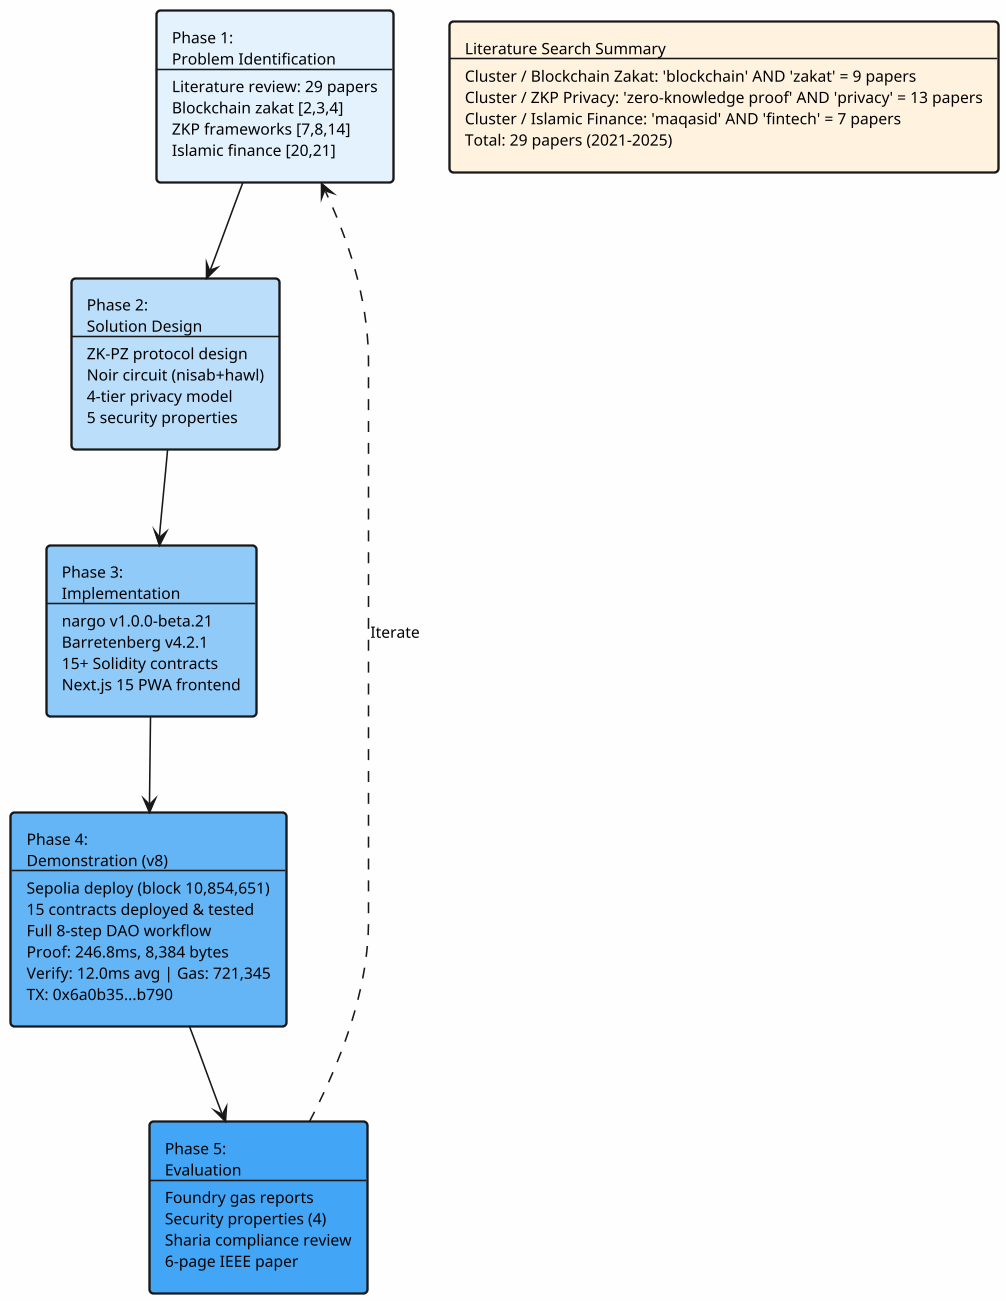
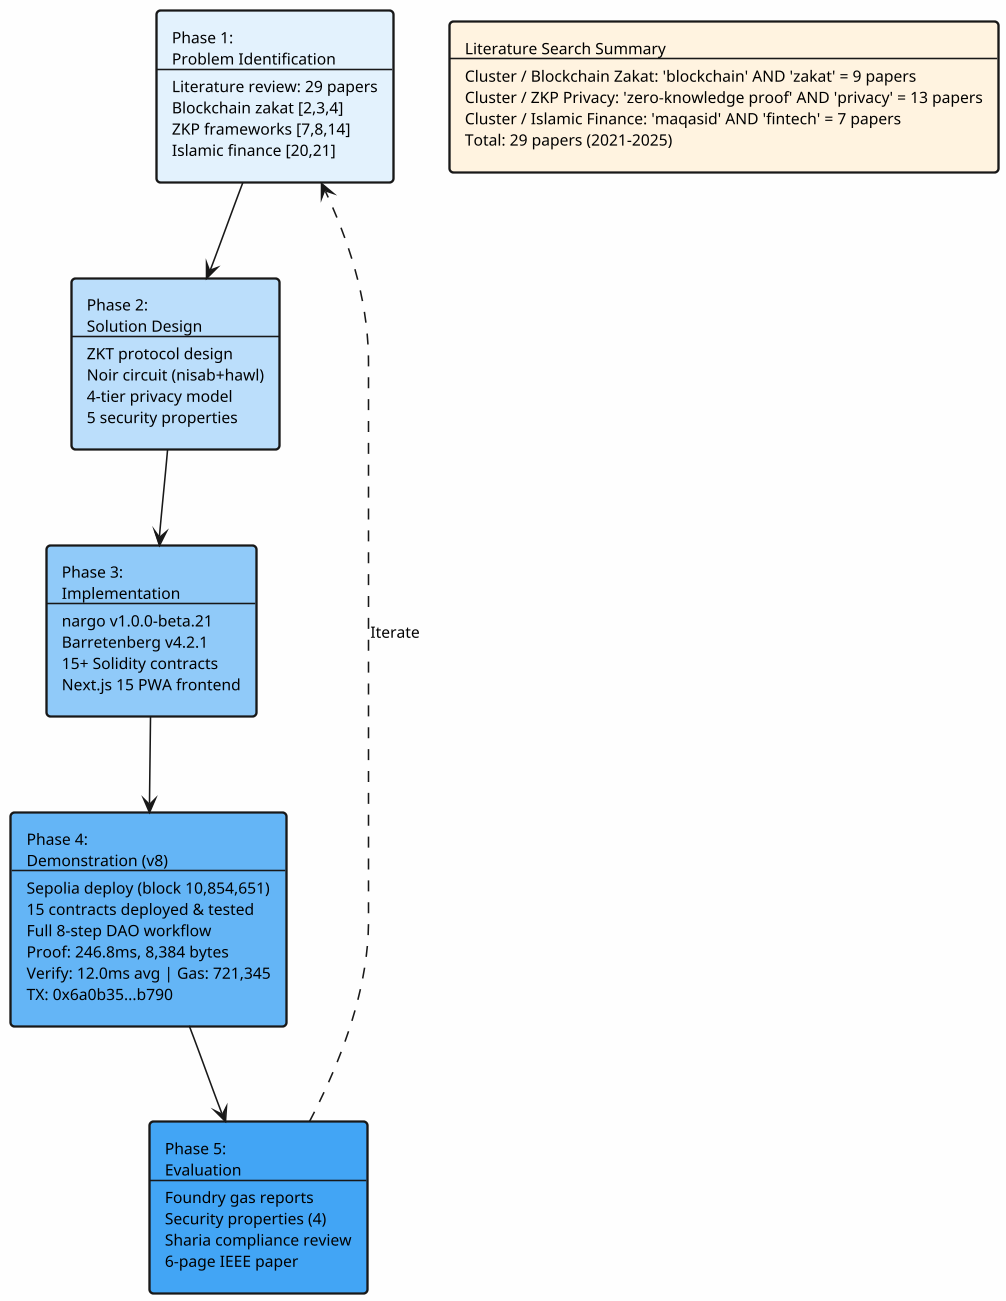
@startuml
skinparam backgroundColor #FEFEFE
skinparam shadowing false
skinparam defaultFontName Times-Roman
skinparam defaultFontSize 10
skinparam rectangleBorderThickness 1.5
skinparam dpi 150


rectangle "Phase 1:\nProblem Identification\n--\nLiterature review: 29 papers\nBlockchain zakat [2,3,4]\nZKP frameworks [7,8,14]\nIslamic finance [20,21]" as P1 #E3F2FD
- rectangle "Phase 2:\nSolution Design\n--\nZK-PZ protocol design\nNoir circuit (nisab+hawl)\n4-tier privacy model\n5 security properties" as P2 #BBDEFB
+ rectangle "Phase 2:\nSolution Design\n--\nZKT protocol design\nNoir circuit (nisab+hawl)\n4-tier privacy model\n5 security properties" as P2 #BBDEFB
rectangle "Phase 3:\nImplementation\n--\nnargo v1.0.0-beta.21\nBarretenberg v4.2.1\n15+ Solidity contracts\nNext.js 15 PWA frontend" as P3 #90CAF9
rectangle "Phase 4:\nDemonstration (v8)\n--\nSepolia deploy (block 10,854,651)\n15 contracts deployed & tested\nFull 8-step DAO workflow\nProof: 246.8ms, 8,384 bytes\nVerify: 12.0ms avg | Gas: 721,345\nTX: 0x6a0b35...b790" as P4 #64B5F6
rectangle "Phase 5:\nEvaluation\n--\nFoundry gas reports\nSecurity properties (4)\nSharia compliance review\n6-page IEEE paper" as P5 #42A5F5

P1 --> P2
P2 --> P3
P3 --> P4
P4 --> P5
P5 ..> P1 : Iterate

rectangle "Literature Search Summary\n--\nCluster / Blockchain Zakat: 'blockchain' AND 'zakat' = 9 papers\nCluster / ZKP Privacy: 'zero-knowledge proof' AND 'privacy' = 13 papers\nCluster / Islamic Finance: 'maqasid' AND 'fintech' = 7 papers\nTotal: 29 papers (2021-2025)" as SUMMARY #FFF3E0

@enduml
